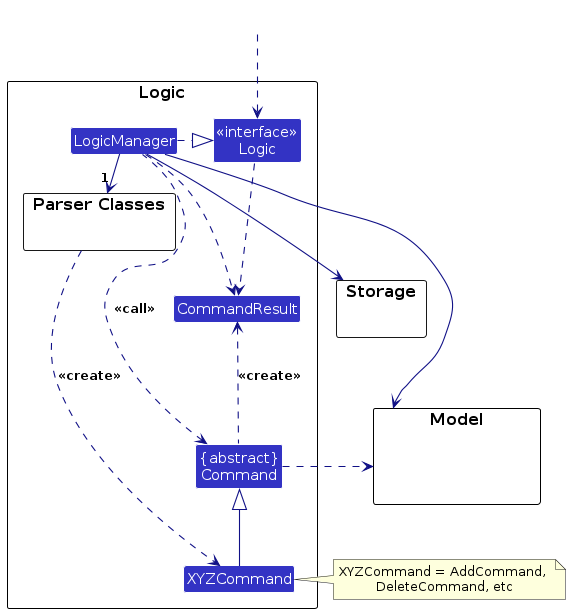
Above: diagrams/LogicClassDiagram.png in AY2627S1-CS2103T-T11-1/tp (PlantUML), before the change. Its source is kept beside it as diagrams/LogicClassDiagram.puml.
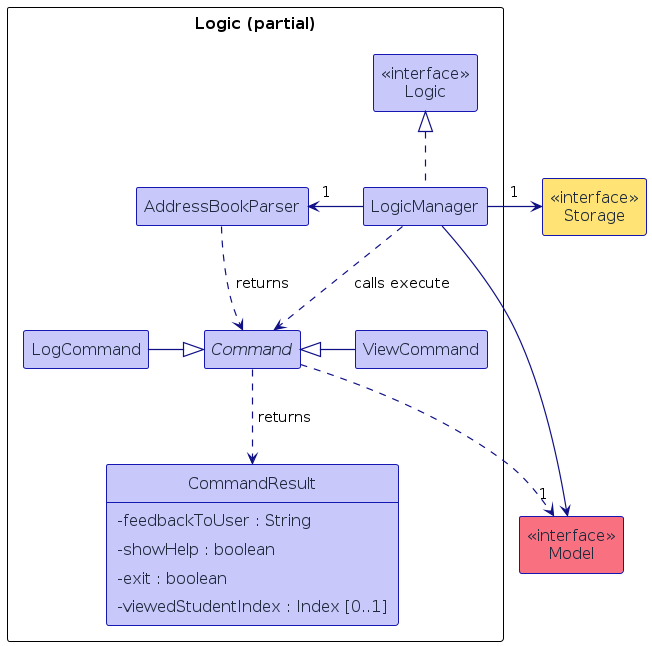
After the commit.

The edit, as a diff of the source:
```diff
@@ -1,47 +1,50 @@
 @startuml
 !include style.puml
-skinparam arrowThickness 1.1
+skinparam arrowThickness 1.2
 skinparam arrowColor LOGIC_COLOR_T4
-skinparam classBackgroundColor LOGIC_COLOR
+skinparam classBackgroundColor LOGIC_COLOR_T1
+skinparam classBorderColor LOGIC_COLOR_T3
+skinparam classFontColor #1E293B
+skinparam classStereotypeFontColor #1E293B
+skinparam classFontSize 17
+skinparam ClassAttributeFontColor #1E293B
+skinparam ClassAttributeFontSize 16
+skinparam ClassAttributeIconSize 0
+skinparam ArrowFontStyle plain
+skinparam ArrowFontSize 15
+skinparam nodesep 55
+skinparam ranksep 65
+skinparam Padding 5
 
-package Logic as LogicPackage {
+package "Logic (partial)" {
+    class "<<interface>>\nLogic" as Logic
+    class LogicManager
+    class AddressBookParser
+    abstract class Command
+    class LogCommand
+    class ViewCommand
+    class CommandResult {
+        - feedbackToUser : String
+        - showHelp : boolean
+        - exit : boolean
+        - viewedStudentIndex : Index [0..1]
+    }
+}
+class "<<interface>>\nModel" as ModelApi MODEL_COLOR_T1
+class "<<interface>>\nStorage" as StorageApi STORAGE_COLOR_T1
 
-package "Parser Classes" as ParserClasses{
-}
-Class XYZCommand
-Class CommandResult
-Class "{abstract}\nCommand" as Command
+show fields
+hide empty members
 
+LogicManager .up.|> Logic
+LogicManager -left-> "1" AddressBookParser
+LogicManager -right-> "1  " ModelApi
+LogicManager -right-> "1  " StorageApi
+LogicManager .down.> Command : calls execute
+AddressBookParser .down.> Command : returns
 
-Class "<<interface>>\nLogic" as Logic
-Class LogicManager
-}
-
-package Model {
-Class HiddenModel #FFFFFF
-}
-
-package Storage {
-}
-
-Class HiddenOutside #FFFFFF
-HiddenOutside ..> Logic
-
-LogicManager .right.|> Logic
-LogicManager -right->"1" ParserClasses
-ParserClasses ..> XYZCommand : <<create>>
-
-XYZCommand -up-|> Command
-LogicManager .left.> Command : <<call>>
-
-LogicManager --> Model
-LogicManager --> Storage
-Storage --[hidden] Model
-Command .[hidden]up.> Storage
-Command .right.> Model
-note right of XYZCommand: XYZCommand = AddCommand, \nDeleteCommand, etc
-
-Logic ..> CommandResult
-LogicManager .down.> CommandResult
-Command .up.> CommandResult : <<create>>
+LogCommand -right-|> Command
+ViewCommand -left-|> Command
+Command ..> ModelApi
+Command .down.> CommandResult : returns
 @enduml
```
